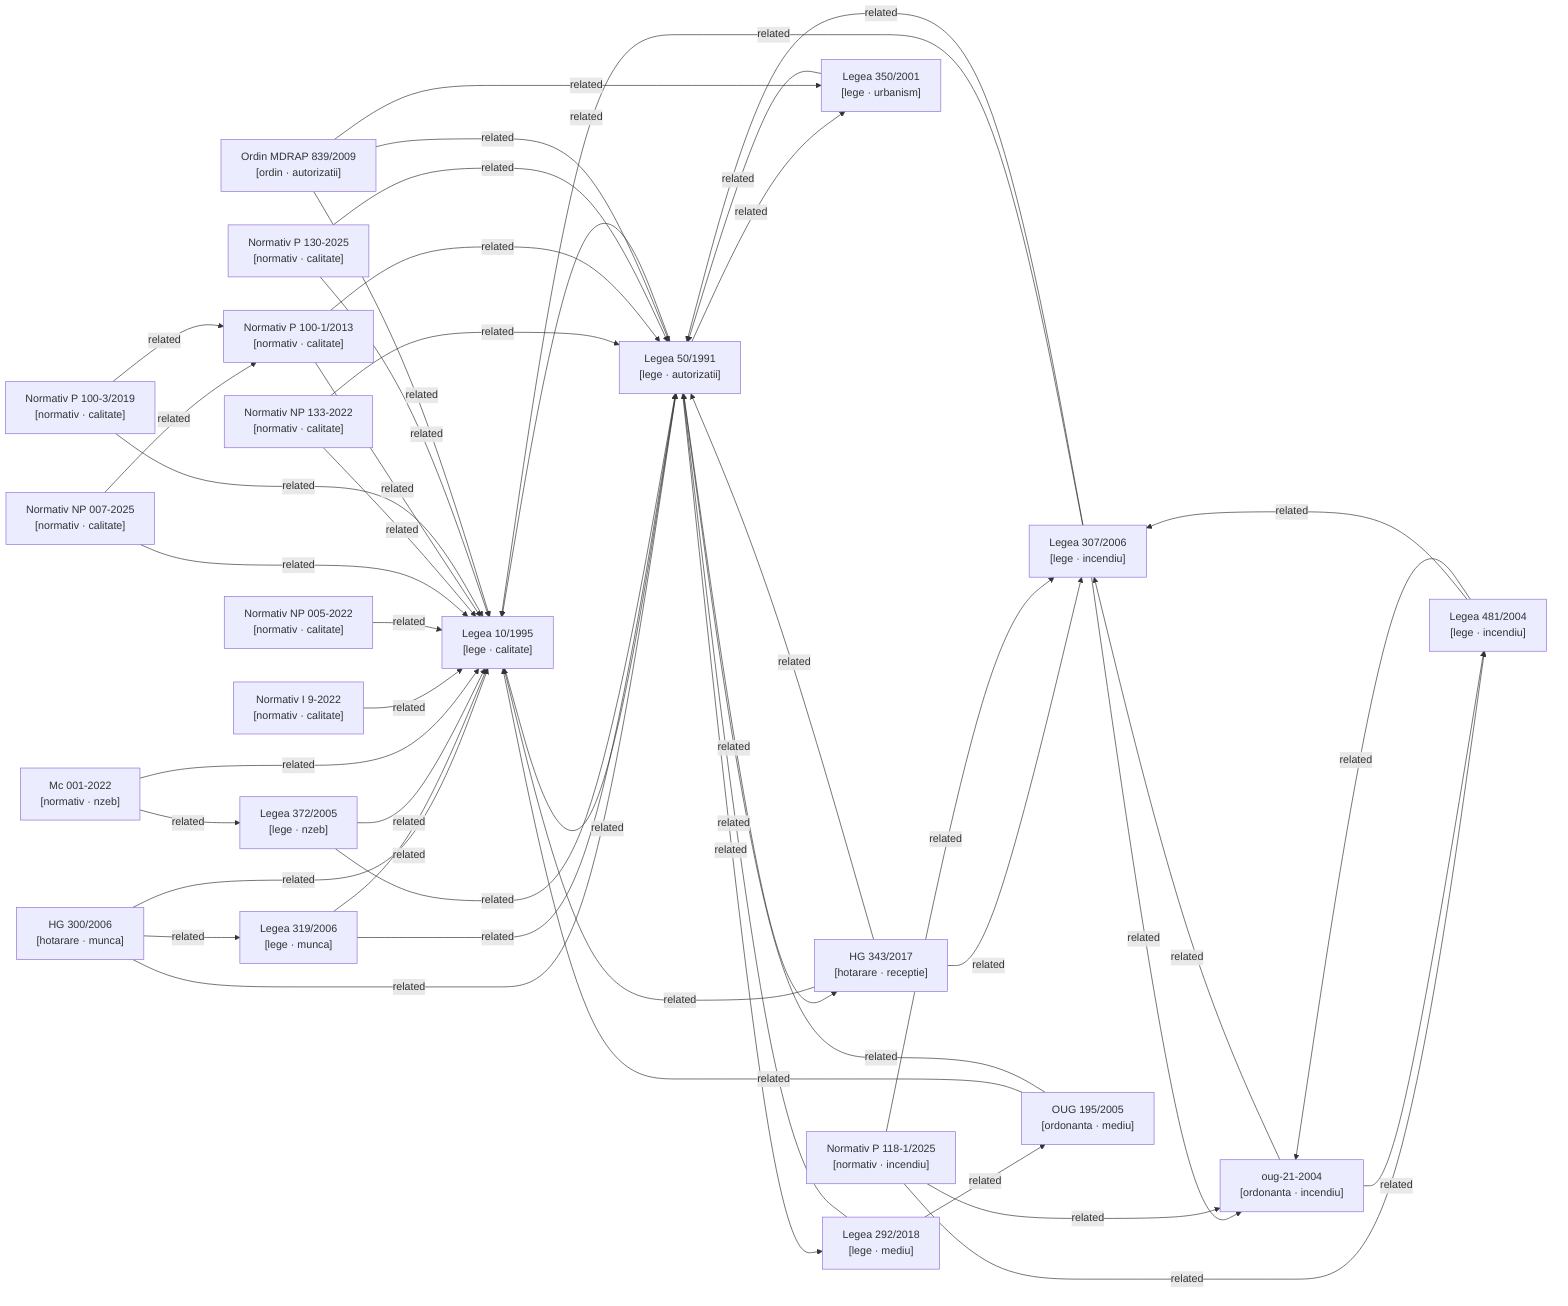
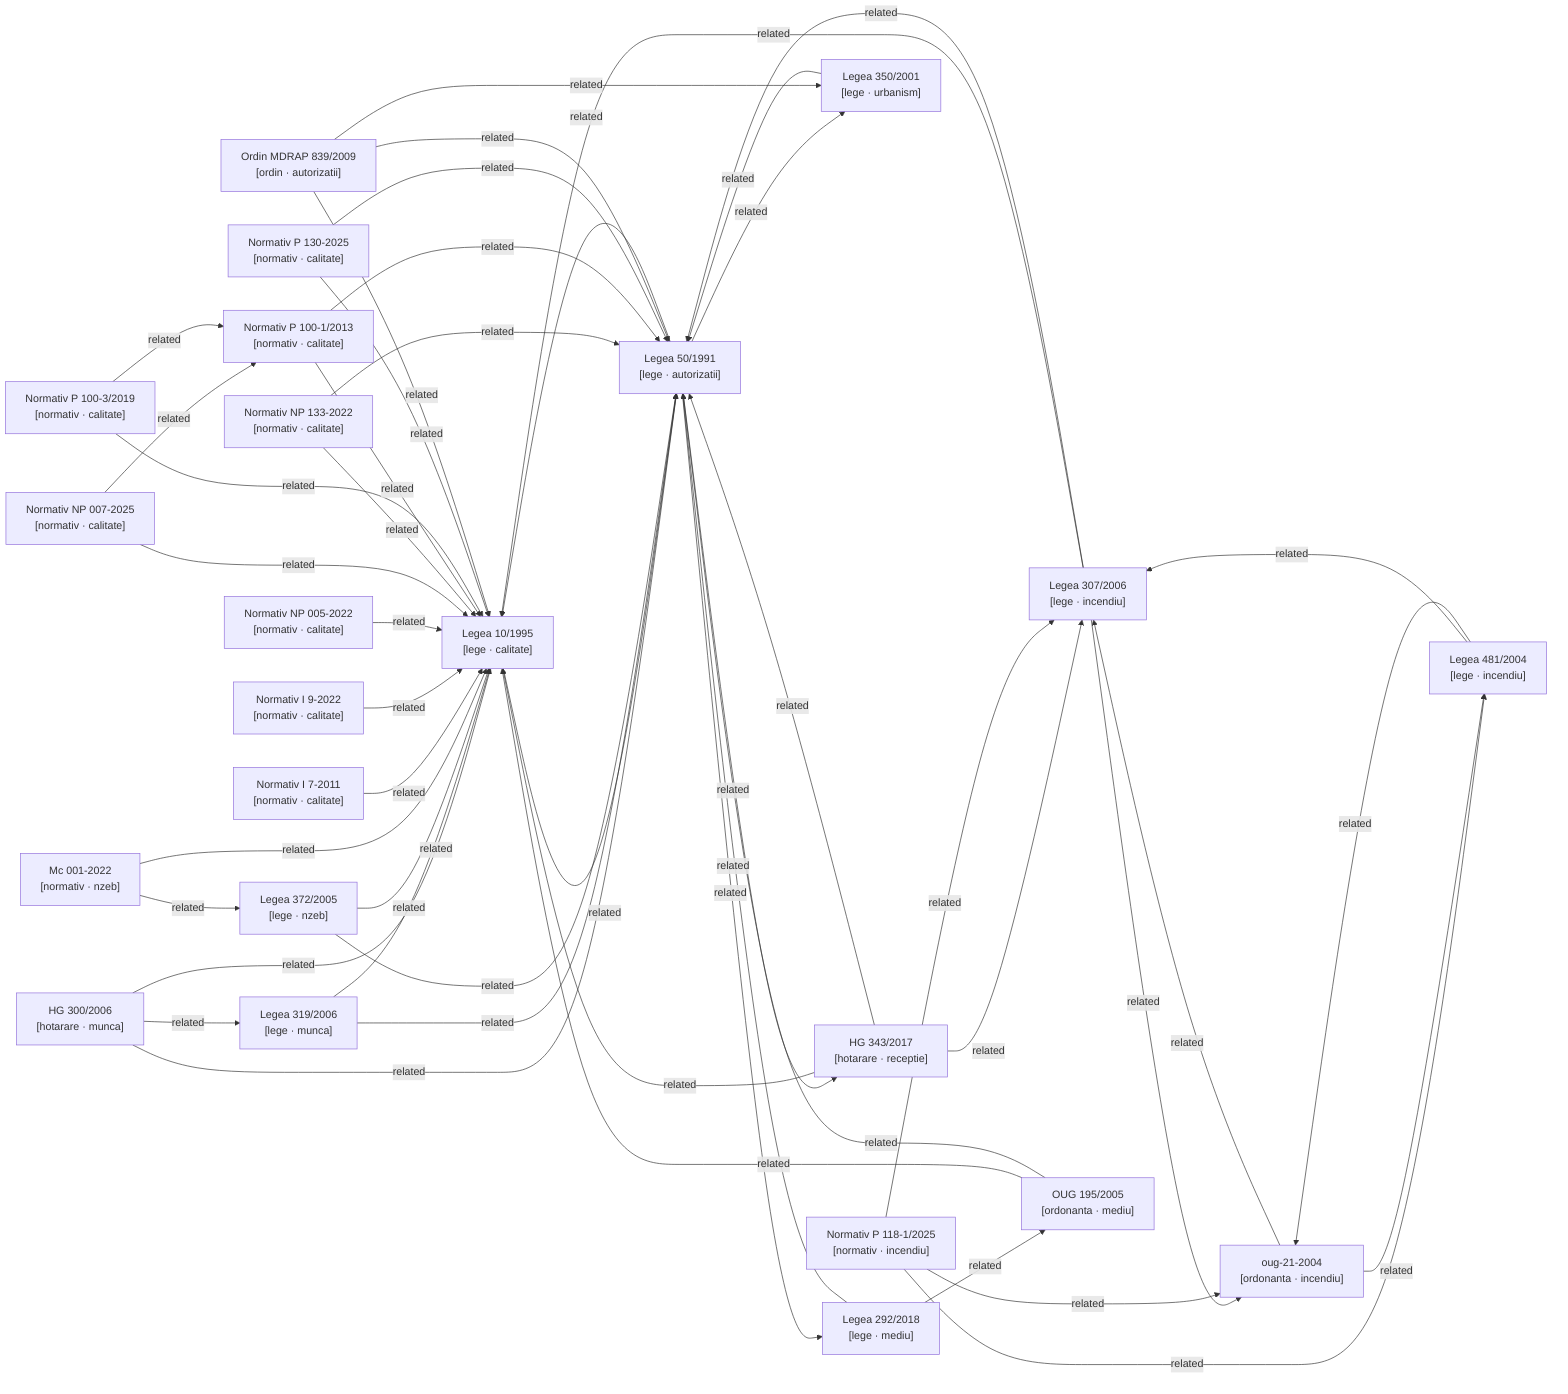
graph LR

  %% Nodes
  hg-300-2006["HG 300/2006\n[hotarare · munca]"]
  hg-343-2017["HG 343/2017\n[hotarare · receptie]"]
  lege-10-1995["Legea 10/1995\n[lege · calitate]"]
  lege-292-2018["Legea 292/2018\n[lege · mediu]"]
  lege-307-2006["Legea 307/2006\n[lege · incendiu]"]
  lege-319-2006["Legea 319/2006\n[lege · munca]"]
  lege-350-2001["Legea 350/2001\n[lege · urbanism]"]
  lege-372-2005["Legea 372/2005\n[lege · nzeb]"]
  lege-481-2004["Legea 481/2004\n[lege · incendiu]"]
  lege-50-1991["Legea 50/1991\n[lege · autorizatii]"]
  metodologie-mc001-2022["Mc 001-2022\n[normativ · nzeb]"]
+   normativ-i7-2011["Normativ I 7-2011\n[normativ · calitate]"]
  normativ-i9-2022["Normativ I 9-2022\n[normativ · calitate]"]
  normativ-np005-2022["Normativ NP 005-2022\n[normativ · calitate]"]
  normativ-np007-2025["Normativ NP 007-2025\n[normativ · calitate]"]
  normativ-np133-2022["Normativ NP 133-2022\n[normativ · calitate]"]
  normativ-p100-1-2013["Normativ P 100-1/2013\n[normativ · calitate]"]
  normativ-p100-3-2019["Normativ P 100-3/2019\n[normativ · calitate]"]
  normativ-p118-1-2025["Normativ P 118-1/2025\n[normativ · incendiu]"]
  normativ-p130-2025["Normativ P 130-2025\n[normativ · calitate]"]
  ordin-839-2009["Ordin MDRAP 839/2009\n[ordin · autorizatii]"]
  oug-195-2005["OUG 195/2005\n[ordonanta · mediu]"]
  oug-21-2004["oug-21-2004\n[ordonanta · incendiu]"]

  %% Confirmed relationships (from metadata related_acts)
  hg-300-2006 -->|related| lege-10-1995
  hg-300-2006 -->|related| lege-319-2006
  hg-300-2006 -->|related| lege-50-1991
  hg-343-2017 -->|related| lege-10-1995
  hg-343-2017 -->|related| lege-307-2006
  hg-343-2017 -->|related| lege-50-1991
  lege-10-1995 -->|related| lege-50-1991
  lege-292-2018 -->|related| lege-50-1991
  lege-292-2018 -->|related| oug-195-2005
  lege-307-2006 -->|related| lege-10-1995
  lege-307-2006 -->|related| lege-50-1991
  lege-307-2006 -->|related| oug-21-2004
  lege-319-2006 -->|related| lege-10-1995
  lege-319-2006 -->|related| lege-50-1991
  lege-350-2001 -->|related| lege-50-1991
  lege-372-2005 -->|related| lege-10-1995
  lege-372-2005 -->|related| lege-50-1991
  lege-481-2004 -->|related| lege-307-2006
  lege-481-2004 -->|related| oug-21-2004
  lege-50-1991 -->|related| hg-343-2017
  lege-50-1991 -->|related| lege-10-1995
  lege-50-1991 -->|related| lege-292-2018
  lege-50-1991 -->|related| lege-350-2001
  metodologie-mc001-2022 -->|related| lege-10-1995
  metodologie-mc001-2022 -->|related| lege-372-2005
+   normativ-i7-2011 -->|related| lege-10-1995
  normativ-i9-2022 -->|related| lege-10-1995
  normativ-np005-2022 -->|related| lege-10-1995
  normativ-np007-2025 -->|related| lege-10-1995
  normativ-np007-2025 -->|related| normativ-p100-1-2013
  normativ-np133-2022 -->|related| lege-10-1995
  normativ-np133-2022 -->|related| lege-50-1991
  normativ-p100-1-2013 -->|related| lege-10-1995
  normativ-p100-1-2013 -->|related| lege-50-1991
  normativ-p100-3-2019 -->|related| lege-10-1995
  normativ-p100-3-2019 -->|related| normativ-p100-1-2013
  normativ-p118-1-2025 -->|related| lege-307-2006
  normativ-p118-1-2025 -->|related| lege-481-2004
  normativ-p118-1-2025 -->|related| oug-21-2004
  normativ-p130-2025 -->|related| lege-10-1995
  normativ-p130-2025 -->|related| lege-50-1991
  ordin-839-2009 -->|related| lege-10-1995
  ordin-839-2009 -->|related| lege-350-2001
  ordin-839-2009 -->|related| lege-50-1991
  oug-195-2005 -->|related| lege-10-1995
  oug-195-2005 -->|related| lege-50-1991
  oug-21-2004 -->|related| lege-307-2006
  oug-21-2004 -->|related| lege-481-2004

  %% Auto-detected relationships (needs_review)
